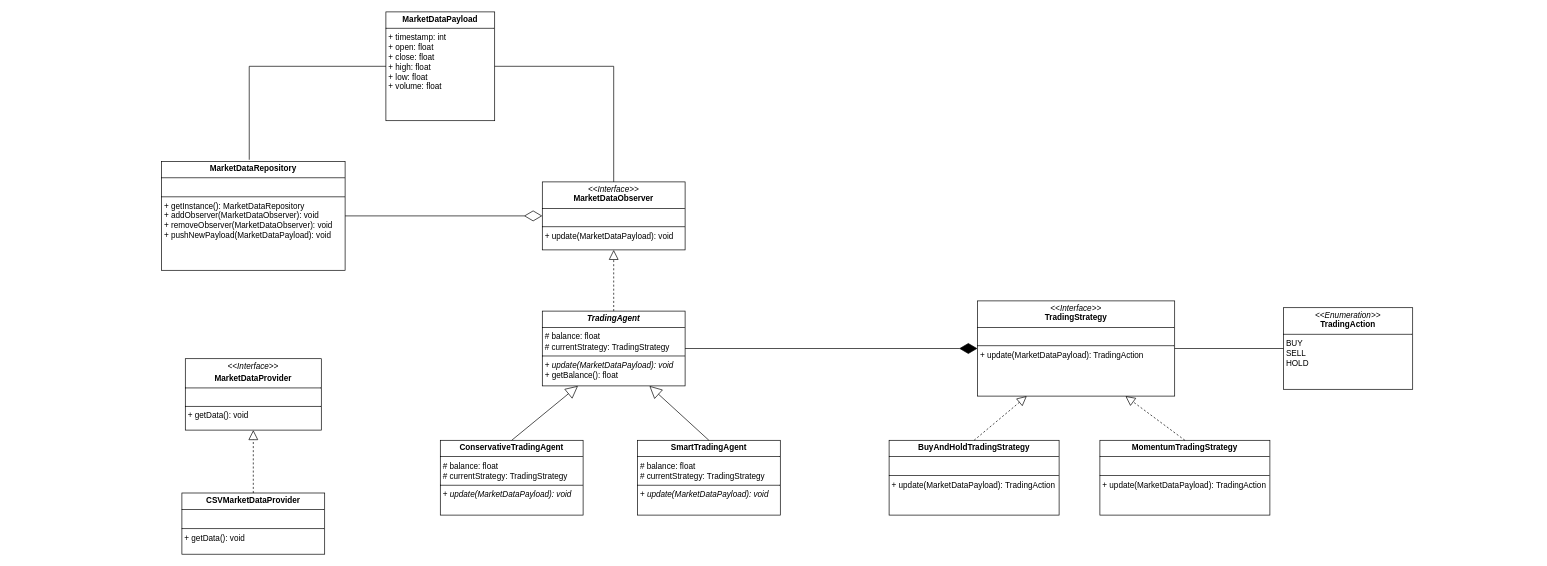
The draw.io diagram assets/uml.drawio in Filipeak/mini-hedge-fund, before the edit. Source tidied: cells renumbered, new cells numbered last; positions are measured from the earlier drawing's top-left corner, leaving out a move shared by most shapes. Both pictures are drawn from the tidied source at 68%, with x=0, y=0 at pixel (161, 12).
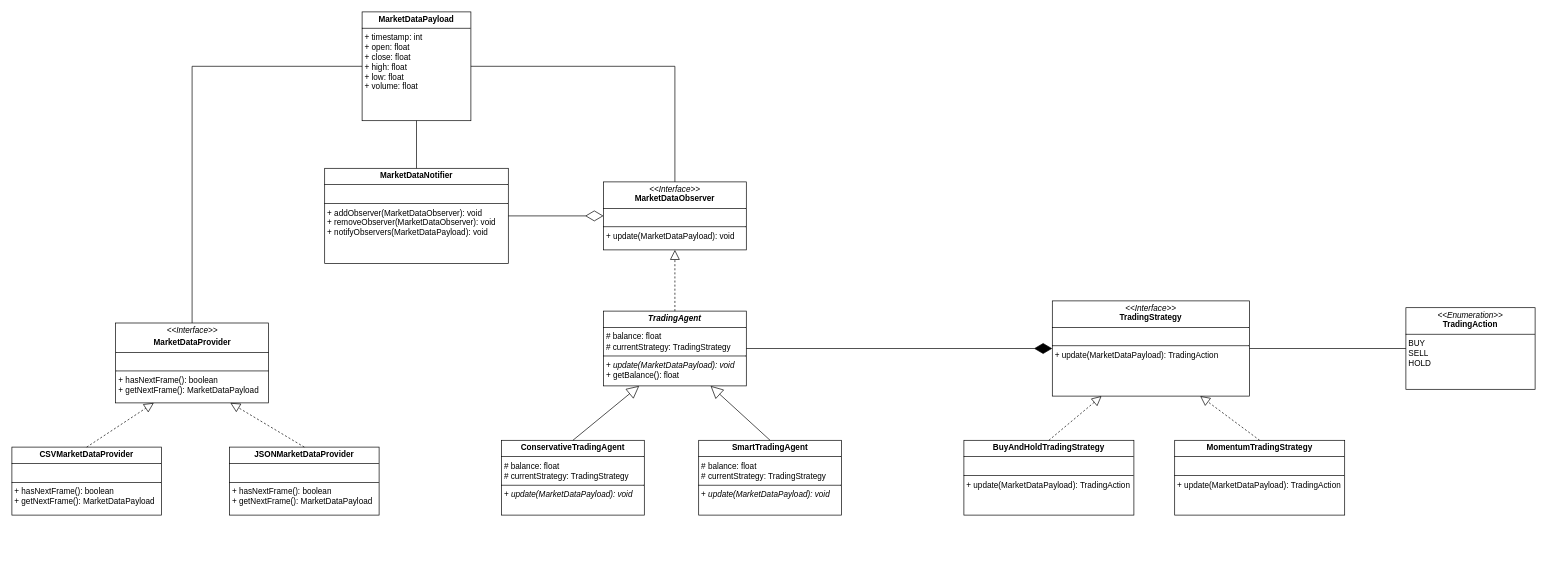
After the change.

Diff of the diagram source:
```diff
@@
-    <mxCell id="2" value="&lt;p style=&quot;margin:0px;margin-top:4px;text-align:center;&quot;&gt;&lt;b&gt;MarketDataRepository&lt;/b&gt;&lt;/p&gt;&lt;hr size=&quot;1&quot; style=&quot;border-style:solid;&quot;&gt;&lt;p style=&quot;margin:0px;margin-left:4px;&quot;&gt;&lt;br&gt;&lt;/p&gt;&lt;hr size=&quot;1&quot; style=&quot;border-style:solid;&quot;&gt;&lt;p style=&quot;margin:0px;margin-left:4px;&quot;&gt;&lt;span style=&quot;background-color: transparent; color: light-dark(rgb(0, 0, 0), rgb(255, 255, 255));&quot;&gt;+ getInstance():&amp;nbsp;&lt;/span&gt;&lt;span style=&quot;background-color: transparent;&quot;&gt;MarketDataRepository&lt;/span&gt;&lt;/p&gt;&lt;p style=&quot;margin:0px;margin-left:4px;&quot;&gt;&lt;span style=&quot;background-color: transparent; color: light-dark(rgb(0, 0, 0), rgb(255, 255, 255));&quot;&gt;+ addObserver(MarketDataObserver): void&lt;/span&gt;&lt;/p&gt;&lt;p style=&quot;margin:0px;margin-left:4px;&quot;&gt;+ removeObserver(MarketDataObserver): void&lt;/p&gt;&lt;p style=&quot;margin:0px;margin-left:4px;&quot;&gt;+ pushNewPayload(MarketDataPayload): void&lt;/p&gt;" style="verticalAlign=top;align=left;overflow=fill;html=1;whiteSpace=wrap;" parent="1" vertex="1">
-      <mxGeometry y="220" width="270" height="160" as="geometry" />
+    <mxCell id="2" value="&lt;p style=&quot;margin:0px;margin-top:4px;text-align:center;&quot;&gt;&lt;b&gt;MarketDataNotifier&lt;/b&gt;&lt;/p&gt;&lt;hr size=&quot;1&quot; style=&quot;border-style:solid;&quot;&gt;&lt;p style=&quot;margin:0px;margin-left:4px;&quot;&gt;&lt;br&gt;&lt;/p&gt;&lt;hr size=&quot;1&quot; style=&quot;border-style:solid;&quot;&gt;&lt;p style=&quot;margin:0px;margin-left:4px;&quot;&gt;&lt;span style=&quot;background-color: transparent; color: light-dark(rgb(0, 0, 0), rgb(255, 255, 255));&quot;&gt;+ addObserver(MarketDataObserver): void&lt;/span&gt;&lt;/p&gt;&lt;p style=&quot;margin:0px;margin-left:4px;&quot;&gt;+ removeObserver(MarketDataObserver): void&lt;/p&gt;&lt;p style=&quot;margin:0px;margin-left:4px;&quot;&gt;+ notifyObservers(MarketDataPayload): void&lt;/p&gt;" style="verticalAlign=top;align=left;overflow=fill;html=1;whiteSpace=wrap;" parent="1" vertex="1">
+      <mxGeometry x="240" y="230" width="270" height="140" as="geometry" />
     </mxCell>
-    <mxCell id="3" value="&lt;p style=&quot;margin:0px;margin-top:4px;text-align:center;&quot;&gt;&lt;b&gt;CSVMarketDataProvider&lt;/b&gt;&lt;/p&gt;&lt;hr size=&quot;1&quot; style=&quot;border-style:solid;&quot;&gt;&lt;p style=&quot;margin:0px;margin-left:4px;&quot;&gt;&lt;br&gt;&lt;/p&gt;&lt;hr size=&quot;1&quot; style=&quot;border-style:solid;&quot;&gt;&lt;p style=&quot;margin:0px;margin-left:4px;&quot;&gt;&lt;span style=&quot;background-color: transparent; color: light-dark(rgb(0, 0, 0), rgb(255, 255, 255));&quot;&gt;+ getData(): void&lt;/span&gt;&lt;/p&gt;" style="verticalAlign=top;align=left;overflow=fill;html=1;whiteSpace=wrap;" parent="1" vertex="1">
-      <mxGeometry x="30" y="707.5" width="210" height="90" as="geometry" />
+    <mxCell id="3" value="&lt;p style=&quot;margin:0px;margin-top:4px;text-align:center;&quot;&gt;&lt;b&gt;CSVMarketDataProvider&lt;/b&gt;&lt;/p&gt;&lt;hr size=&quot;1&quot; style=&quot;border-style:solid;&quot;&gt;&lt;p style=&quot;margin:0px;margin-left:4px;&quot;&gt;&lt;br&gt;&lt;/p&gt;&lt;hr size=&quot;1&quot; style=&quot;border-style:solid;&quot;&gt;&lt;p style=&quot;margin: 0px 0px 0px 4px;&quot;&gt;+ hasNextFrame(): boolean&lt;/p&gt;&lt;p style=&quot;margin: 0px 0px 0px 4px;&quot;&gt;+ getNextFrame(): MarketDataPayload&lt;/p&gt;" style="verticalAlign=top;align=left;overflow=fill;html=1;whiteSpace=wrap;" parent="1" vertex="1">
+      <mxGeometry x="-220" y="640" width="220" height="100" as="geometry" />
     </mxCell>
     <mxCell id="4" value="&lt;p style=&quot;margin:0px;margin-top:4px;text-align:center;&quot;&gt;&lt;i&gt;&amp;lt;&amp;lt;Interface&amp;gt;&amp;gt;&lt;/i&gt;&lt;br&gt;&lt;b&gt;MarketDataObserver&lt;/b&gt;&lt;/p&gt;&lt;hr size=&quot;1&quot; style=&quot;border-style:solid;&quot;&gt;&lt;p style=&quot;margin:0px;margin-left:4px;&quot;&gt;&lt;br&gt;&lt;/p&gt;&lt;hr size=&quot;1&quot; style=&quot;border-style:solid;&quot;&gt;&lt;p style=&quot;margin:0px;margin-left:4px;&quot;&gt;+ update(MarketDataPayload): void&lt;br&gt;&lt;/p&gt;" style="verticalAlign=top;align=left;overflow=fill;html=1;whiteSpace=wrap;" parent="1" vertex="1">
-      <mxGeometry x="560" y="250" width="210" height="100" as="geometry" />
+      <mxGeometry x="650" y="250" width="210" height="100" as="geometry" />
     </mxCell>
     <mxCell id="5" value="&lt;p style=&quot;margin:0px;margin-top:4px;text-align:center;&quot;&gt;&lt;b&gt;&lt;i&gt;TradingAgent&lt;/i&gt;&lt;/b&gt;&lt;/p&gt;&lt;hr size=&quot;1&quot; style=&quot;border-style:solid;&quot;&gt;&lt;p style=&quot;margin:0px;margin-left:4px;&quot;&gt;# balance: float&lt;/p&gt;&lt;p style=&quot;margin:0px;margin-left:4px;&quot;&gt;# currentStrategy: TradingStrategy&lt;/p&gt;&lt;hr size=&quot;1&quot; style=&quot;border-style:solid;&quot;&gt;&lt;p style=&quot;margin:0px;margin-left:4px;&quot;&gt;+ &lt;i&gt;update(MarketDataPayload): void&lt;/i&gt;&lt;br&gt;&lt;/p&gt;&lt;p style=&quot;margin:0px;margin-left:4px;&quot;&gt;+ getBalance(): float&lt;/p&gt;&lt;p style=&quot;margin:0px;margin-left:4px;&quot;&gt;&lt;br&gt;&lt;/p&gt;" style="verticalAlign=top;align=left;overflow=fill;html=1;whiteSpace=wrap;" parent="1" vertex="1">
-      <mxGeometry x="560" y="440" width="210" height="110" as="geometry" />
+      <mxGeometry x="650" y="440" width="210" height="110" as="geometry" />
     </mxCell>
@@
     <mxCell id="7" value="&lt;p style=&quot;margin:0px;margin-top:4px;text-align:center;&quot;&gt;&lt;b&gt;ConservativeTradingAgent&lt;/b&gt;&lt;/p&gt;&lt;hr size=&quot;1&quot; style=&quot;border-style:solid;&quot;&gt;&lt;p style=&quot;margin:0px;margin-left:4px;&quot;&gt;# balance: float&lt;/p&gt;&lt;p style=&quot;margin:0px;margin-left:4px;&quot;&gt;# currentStrategy: TradingStrategy&lt;/p&gt;&lt;hr size=&quot;1&quot; style=&quot;border-style:solid;&quot;&gt;&lt;p style=&quot;margin:0px;margin-left:4px;&quot;&gt;+ &lt;i&gt;update(MarketDataPayload): void&lt;/i&gt;&lt;br&gt;&lt;/p&gt;&lt;p style=&quot;margin:0px;margin-left:4px;&quot;&gt;&lt;br&gt;&lt;/p&gt;" style="verticalAlign=top;align=left;overflow=fill;html=1;whiteSpace=wrap;" parent="1" vertex="1">
-      <mxGeometry x="410" y="630" width="210" height="110" as="geometry" />
+      <mxGeometry x="500" y="630" width="210" height="110" as="geometry" />
     </mxCell>
     <mxCell id="8" value="&lt;p style=&quot;margin:0px;margin-top:4px;text-align:center;&quot;&gt;&lt;b&gt;SmartTradingAgent&lt;/b&gt;&lt;/p&gt;&lt;hr size=&quot;1&quot; style=&quot;border-style:solid;&quot;&gt;&lt;p style=&quot;margin:0px;margin-left:4px;&quot;&gt;# balance: float&lt;/p&gt;&lt;p style=&quot;margin:0px;margin-left:4px;&quot;&gt;# currentStrategy: TradingStrategy&lt;/p&gt;&lt;hr size=&quot;1&quot; style=&quot;border-style:solid;&quot;&gt;&lt;p style=&quot;margin:0px;margin-left:4px;&quot;&gt;+ &lt;i&gt;update(MarketDataPayload): void&lt;/i&gt;&lt;br&gt;&lt;/p&gt;&lt;p style=&quot;margin:0px;margin-left:4px;&quot;&gt;&lt;br&gt;&lt;/p&gt;" style="verticalAlign=top;align=left;overflow=fill;html=1;whiteSpace=wrap;" parent="1" vertex="1">
-      <mxGeometry x="700" y="630" width="210" height="110" as="geometry" />
+      <mxGeometry x="790" y="630" width="210" height="110" as="geometry" />
     </mxCell>
@@
     <mxCell id="11" value="&lt;p style=&quot;margin:0px;margin-top:4px;text-align:center;&quot;&gt;&lt;i&gt;&amp;lt;&amp;lt;Interface&amp;gt;&amp;gt;&lt;/i&gt;&lt;br&gt;&lt;b&gt;TradingStrategy&lt;/b&gt;&lt;/p&gt;&lt;hr size=&quot;1&quot; style=&quot;border-style:solid;&quot;&gt;&lt;p style=&quot;margin:0px;margin-left:4px;&quot;&gt;&lt;br&gt;&lt;/p&gt;&lt;hr size=&quot;1&quot; style=&quot;border-style:solid;&quot;&gt;&lt;p style=&quot;margin:0px;margin-left:4px;&quot;&gt;+ update(MarketDataPayload): TradingAction&lt;br&gt;&lt;/p&gt;" style="verticalAlign=top;align=left;overflow=fill;html=1;whiteSpace=wrap;" parent="1" vertex="1">
-      <mxGeometry x="1200" y="425" width="290" height="140" as="geometry" />
+      <mxGeometry x="1310" y="425" width="290" height="140" as="geometry" />
     </mxCell>
     <mxCell id="12" value="&lt;p style=&quot;margin:0px;margin-top:4px;text-align:center;&quot;&gt;&lt;i&gt;&amp;lt;&amp;lt;Enumeration&amp;gt;&amp;gt;&lt;/i&gt;&lt;br&gt;&lt;b&gt;TradingAction&lt;/b&gt;&lt;/p&gt;&lt;hr size=&quot;1&quot; style=&quot;border-style:solid;&quot;&gt;&lt;p style=&quot;margin:0px;margin-left:4px;&quot;&gt;BUY&lt;/p&gt;&lt;p style=&quot;margin:0px;margin-left:4px;&quot;&gt;SELL&lt;/p&gt;&lt;p style=&quot;margin:0px;margin-left:4px;&quot;&gt;HOLD&lt;/p&gt;" style="verticalAlign=top;align=left;overflow=fill;html=1;whiteSpace=wrap;" parent="1" vertex="1">
-      <mxGeometry x="1650" y="435" width="190" height="120" as="geometry" />
+      <mxGeometry x="1830" y="435" width="190" height="120" as="geometry" />
     </mxCell>
@@
     <mxCell id="14" value="&lt;p style=&quot;margin:0px;margin-top:4px;text-align:center;&quot;&gt;&lt;b&gt;BuyAndHoldTradingStrategy&lt;/b&gt;&lt;/p&gt;&lt;hr size=&quot;1&quot; style=&quot;border-style:solid;&quot;&gt;&lt;p style=&quot;margin:0px;margin-left:4px;&quot;&gt;&lt;br&gt;&lt;/p&gt;&lt;hr size=&quot;1&quot; style=&quot;border-style:solid;&quot;&gt;&lt;p style=&quot;margin:0px;margin-left:4px;&quot;&gt;+ update(MarketDataPayload):&amp;nbsp;&lt;span style=&quot;background-color: transparent; color: light-dark(rgb(0, 0, 0), rgb(255, 255, 255));&quot;&gt;TradingAction&lt;/span&gt;&lt;br&gt;&lt;/p&gt;&lt;p style=&quot;margin:0px;margin-left:4px;&quot;&gt;&lt;br&gt;&lt;/p&gt;" style="verticalAlign=top;align=left;overflow=fill;html=1;whiteSpace=wrap;" parent="1" vertex="1">
-      <mxGeometry x="1070" y="630" width="250" height="110" as="geometry" />
+      <mxGeometry x="1180" y="630" width="250" height="110" as="geometry" />
     </mxCell>
     <mxCell id="15" value="&lt;p style=&quot;margin:0px;margin-top:4px;text-align:center;&quot;&gt;&lt;b&gt;MomentumTradingStrategy&lt;/b&gt;&lt;/p&gt;&lt;hr size=&quot;1&quot; style=&quot;border-style:solid;&quot;&gt;&lt;p style=&quot;margin:0px;margin-left:4px;&quot;&gt;&lt;br&gt;&lt;/p&gt;&lt;hr size=&quot;1&quot; style=&quot;border-style:solid;&quot;&gt;&lt;p style=&quot;margin:0px;margin-left:4px;&quot;&gt;+ update(MarketDataPayload):&amp;nbsp;&lt;span style=&quot;background-color: transparent; color: light-dark(rgb(0, 0, 0), rgb(255, 255, 255));&quot;&gt;TradingAction&lt;/span&gt;&lt;br&gt;&lt;/p&gt;&lt;p style=&quot;margin:0px;margin-left:4px;&quot;&gt;&lt;br&gt;&lt;/p&gt;" style="verticalAlign=top;align=left;overflow=fill;html=1;whiteSpace=wrap;" parent="1" vertex="1">
-      <mxGeometry x="1380" y="630" width="250" height="110" as="geometry" />
+      <mxGeometry x="1490" y="630" width="250" height="110" as="geometry" />
     </mxCell>
@@
     <mxCell id="18" value="&lt;p style=&quot;margin:0px;margin-top:4px;text-align:center;&quot;&gt;&lt;b&gt;MarketDataPayload&lt;/b&gt;&lt;/p&gt;&lt;hr size=&quot;1&quot; style=&quot;border-style:solid;&quot;&gt;&lt;p style=&quot;margin:0px;margin-left:4px;&quot;&gt;&lt;span style=&quot;background-color: transparent; color: light-dark(rgb(0, 0, 0), rgb(255, 255, 255));&quot;&gt;+ timestamp: int&lt;/span&gt;&lt;/p&gt;&lt;p style=&quot;margin:0px;margin-left:4px;&quot;&gt;+ open: float&lt;/p&gt;&lt;p style=&quot;margin:0px;margin-left:4px;&quot;&gt;+ close: float&lt;/p&gt;&lt;p style=&quot;margin:0px;margin-left:4px;&quot;&gt;+ high: float&lt;/p&gt;&lt;p style=&quot;margin:0px;margin-left:4px;&quot;&gt;+ low: float&lt;/p&gt;&lt;p style=&quot;margin:0px;margin-left:4px;&quot;&gt;+ volume: float&lt;/p&gt;" style="verticalAlign=top;align=left;overflow=fill;html=1;whiteSpace=wrap;" parent="1" vertex="1">
-      <mxGeometry x="330" width="160" height="160" as="geometry" />
+      <mxGeometry x="295" width="160" height="160" as="geometry" />
     </mxCell>
-    <mxCell id="19" style="endArrow=none;html=1;rounded=0;exitX=0.478;exitY=-0.016;exitDx=0;exitDy=0;exitPerimeter=0;entryX=0;entryY=0.5;entryDx=0;entryDy=0;" parent="1" edge="1" source="2" target="18">
-      <mxGeometry relative="1" as="geometry">
-        <Array as="points">
-          <mxPoint x="129" y="80" />
-        </Array>
-      </mxGeometry>
-    </mxCell>
     <mxCell id="20" style="endArrow=none;html=1;rounded=0;exitX=1;exitY=0.5;exitDx=0;exitDy=0;entryX=0.5;entryY=0;entryDx=0;entryDy=0;" parent="1" edge="1" source="18" target="4">
       <mxGeometry relative="1" as="geometry">
         <Array as="points">
-          <mxPoint x="665" y="80" />
+          <mxPoint x="755" y="80" />
         </Array>
       </mxGeometry>
     </mxCell>
@@
-    <mxCell id="23" value="&lt;p style=&quot;margin:0px;margin-top:4px;text-align:center;&quot;&gt;&lt;i&gt;&amp;lt;&amp;lt;Interface&amp;gt;&amp;gt;&lt;/i&gt;&lt;/p&gt;&lt;p style=&quot;margin:0px;margin-top:4px;text-align:center;&quot;&gt;&lt;b&gt;MarketDataProvider&lt;/b&gt;&lt;/p&gt;&lt;hr size=&quot;1&quot; style=&quot;border-style:solid;&quot;&gt;&lt;p style=&quot;margin:0px;margin-left:4px;&quot;&gt;&lt;br&gt;&lt;/p&gt;&lt;hr size=&quot;1&quot; style=&quot;border-style:solid;&quot;&gt;&lt;p style=&quot;margin:0px;margin-left:4px;&quot;&gt;+ getData(): void&lt;/p&gt;" style="verticalAlign=top;align=left;overflow=fill;html=1;whiteSpace=wrap;" parent="1" vertex="1">
-      <mxGeometry x="35" y="510" width="200" height="105" as="geometry" />
+    <mxCell id="23" value="&lt;p style=&quot;margin:0px;margin-top:4px;text-align:center;&quot;&gt;&lt;i&gt;&amp;lt;&amp;lt;Interface&amp;gt;&amp;gt;&lt;/i&gt;&lt;/p&gt;&lt;p style=&quot;margin:0px;margin-top:4px;text-align:center;&quot;&gt;&lt;b&gt;MarketDataProvider&lt;/b&gt;&lt;/p&gt;&lt;hr size=&quot;1&quot; style=&quot;border-style:solid;&quot;&gt;&lt;p style=&quot;margin:0px;margin-left:4px;&quot;&gt;&lt;br&gt;&lt;/p&gt;&lt;hr size=&quot;1&quot; style=&quot;border-style:solid;&quot;&gt;&lt;p style=&quot;margin:0px;margin-left:4px;&quot;&gt;+ hasNextFrame(): boolean&lt;/p&gt;&lt;p style=&quot;margin:0px;margin-left:4px;&quot;&gt;+ getNextFrame(): MarketDataPayload&lt;/p&gt;" style="verticalAlign=top;align=left;overflow=fill;html=1;whiteSpace=wrap;" parent="1" vertex="1">
+      <mxGeometry x="-67.5" y="457.5" width="225" height="117.5" as="geometry" />
     </mxCell>
-    <mxCell id="24" style="endArrow=block;dashed=1;endFill=0;endSize=12;html=1;rounded=0;entryX=0.5;entryY=1;entryDx=0;entryDy=0;exitX=0.5;exitY=0;exitDx=0;exitDy=0;" parent="1" edge="1" source="3" target="23">
+    <mxCell id="24" style="endArrow=block;dashed=1;endFill=0;endSize=12;html=1;rounded=0;entryX=0.25;entryY=1;entryDx=0;entryDy=0;exitX=0.5;exitY=0;exitDx=0;exitDy=0;" parent="1" edge="1" source="3" target="23">
       <mxGeometry relative="1" as="geometry" />
     </mxCell>
+    <mxCell id="25" value="&lt;p style=&quot;margin:0px;margin-top:4px;text-align:center;&quot;&gt;&lt;b&gt;JSONMarketDataProvider&lt;/b&gt;&lt;/p&gt;&lt;hr size=&quot;1&quot; style=&quot;border-style:solid;&quot;&gt;&lt;p style=&quot;margin:0px;margin-left:4px;&quot;&gt;&lt;br&gt;&lt;/p&gt;&lt;hr size=&quot;1&quot; style=&quot;border-style:solid;&quot;&gt;&lt;p style=&quot;margin: 0px 0px 0px 4px;&quot;&gt;+ hasNextFrame(): boolean&lt;/p&gt;&lt;p style=&quot;margin: 0px 0px 0px 4px;&quot;&gt;+ getNextFrame(): MarketDataPayload&lt;/p&gt;" style="verticalAlign=top;align=left;overflow=fill;html=1;whiteSpace=wrap;" parent="1" vertex="1">
+      <mxGeometry x="100" y="640" width="220" height="100" as="geometry" />
+    </mxCell>
+    <mxCell id="26" style="endArrow=block;dashed=1;endFill=0;endSize=12;html=1;rounded=0;entryX=0.75;entryY=1;entryDx=0;entryDy=0;exitX=0.5;exitY=0;exitDx=0;exitDy=0;" parent="1" edge="1" source="25" target="23">
+      <mxGeometry relative="1" as="geometry" />
+    </mxCell>
+    <mxCell id="27" style="endArrow=none;html=1;rounded=0;exitX=0.5;exitY=0;exitDx=0;exitDy=0;entryX=0;entryY=0.5;entryDx=0;entryDy=0;" parent="1" edge="1" source="23" target="18">
+      <mxGeometry relative="1" as="geometry">
+        <Array as="points">
+          <mxPoint x="45" y="80" />
+        </Array>
+      </mxGeometry>
+    </mxCell>
+    <mxCell id="19" style="endArrow=none;html=1;rounded=0;exitX=0.5;exitY=0;exitDx=0;exitDy=0;entryX=0.5;entryY=1;entryDx=0;entryDy=0;" parent="1" edge="1" source="2" target="18">
+      <mxGeometry relative="1" as="geometry" />
+    </mxCell>
```
